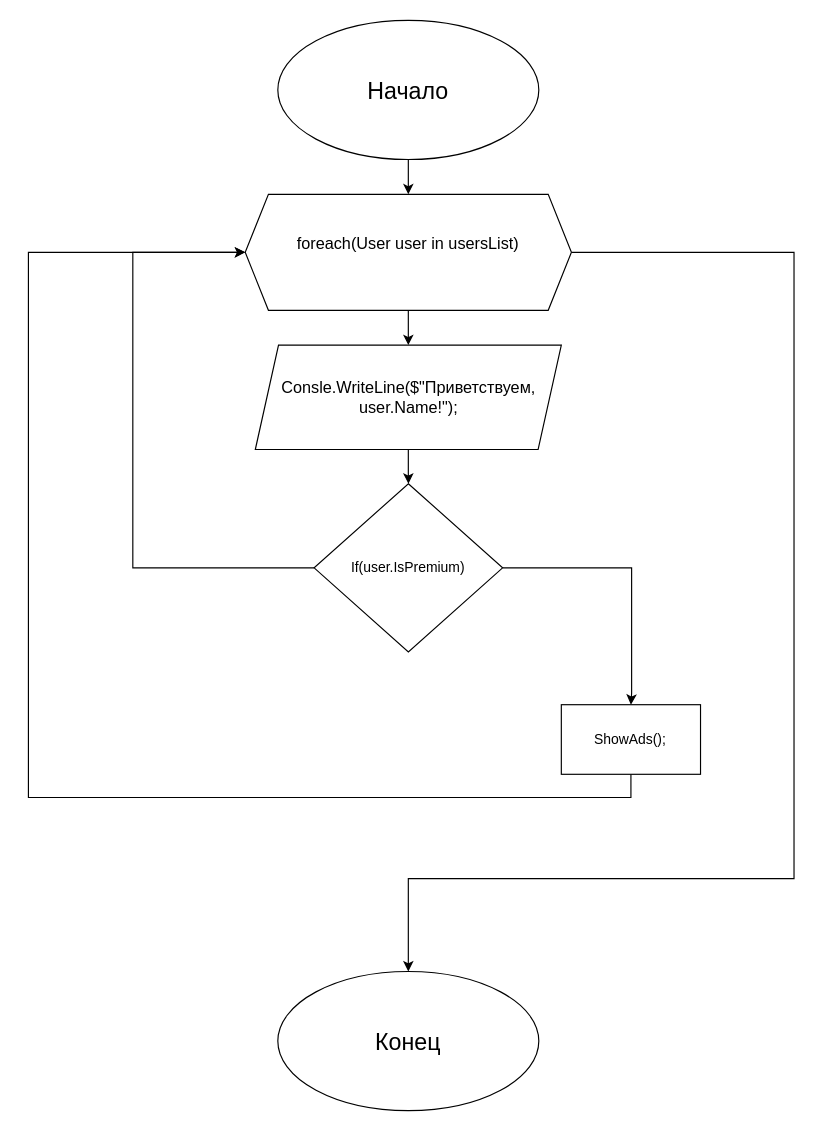
This is Задание 12 1 5.drawio from D1nkles/SFmodule12, a draw.io file, before an edit. Source tidied: cells renumbered, new cells numbered last; positions are measured from the earlier drawing's top-left corner, leaving out a move shared by most shapes. Both pictures are drawn from the tidied source at 116%, with x=0, y=0 at pixel (28, 20).
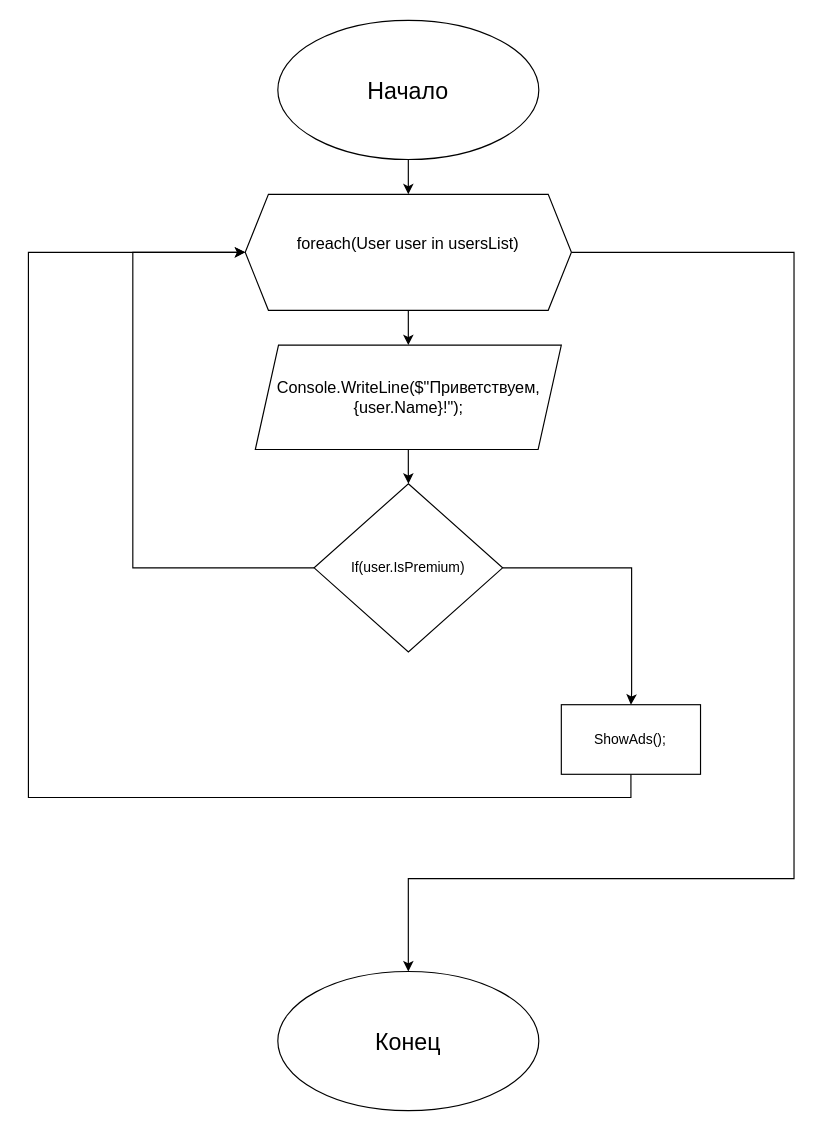
After the change.

The edit, as a diff of the source:
```diff
@@
-    <mxCell id="8" value="&lt;font style=&quot;font-size: 14px;&quot;&gt;Consle.WriteLine($&quot;Приветствуем, user.Name!&quot;);&lt;/font&gt;" style="shape=parallelogram;perimeter=parallelogramPerimeter;whiteSpace=wrap;html=1;fixedSize=1;" parent="1" vertex="1">
+    <mxCell id="8" value="&lt;font style=&quot;font-size: 14px;&quot;&gt;Console.WriteLine($&quot;Приветствуем, {user.Name}!&quot;);&lt;/font&gt;" style="shape=parallelogram;perimeter=parallelogramPerimeter;whiteSpace=wrap;html=1;fixedSize=1;" parent="1" vertex="1">
       <mxGeometry x="195.6" y="280" width="263.8" height="90" as="geometry" />
     </mxCell>
```
